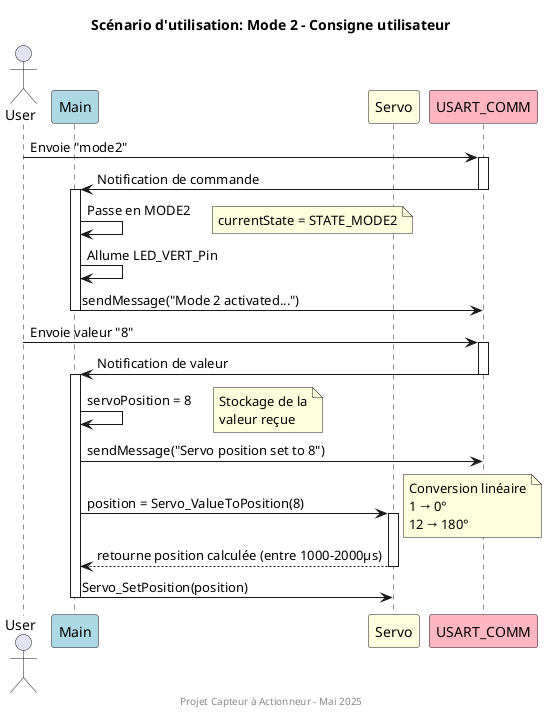
This is doc-README/DS-Mode2Scenario.png from AzTaiiyoo/Capteur_actionneur, a PlantUML export, as it was before one commit.
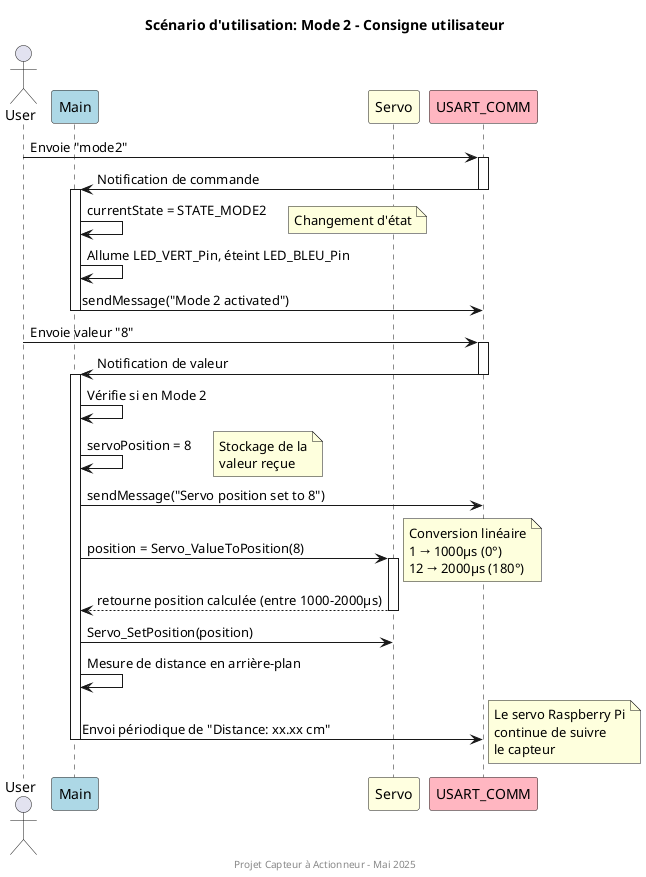
Above is the later version.

What changed in the source:
```diff
@@ -12,10 +12,10 @@
 deactivate USART
 activate Main
 
-Main -> Main: Passe en MODE2
-note right: currentState = STATE_MODE2
-Main -> Main: Allume LED_VERT_Pin
-Main -> USART: sendMessage("Mode 2 activated...")
+Main -> Main: currentState = STATE_MODE2
+note right: Changement d'état
+Main -> Main: Allume LED_VERT_Pin, éteint LED_BLEU_Pin
+Main -> USART: sendMessage("Mode 2 activated")
 deactivate Main
 
 User -> USART: Envoie valeur "8"
@@ -24,16 +24,22 @@
 deactivate USART
 activate Main
 
+Main -> Main: Vérifie si en Mode 2
 Main -> Main: servoPosition = 8
 note right: Stockage de la\nvaleur reçue
 Main -> USART: sendMessage("Servo position set to 8")
 
 Main -> Servo: position = Servo_ValueToPosition(8)
 activate Servo
-note right: Conversion linéaire\n1 → 0°\n12 → 180°
+note right: Conversion linéaire\n1 → 1000µs (0°)\n12 → 2000µs (180°)
 Servo --> Main: retourne position calculée (entre 1000-2000µs)
 deactivate Servo
 Main -> Servo: Servo_SetPosition(position)
+
+Main -> Main: Mesure de distance en arrière-plan
+Main -> USART: Envoi périodique de "Distance: xx.xx cm"
+note right: Le servo Raspberry Pi\ncontinue de suivre\nle capteur
+
 deactivate Main
 
 footer Projet Capteur à Actionneur - Mai 2025
```
